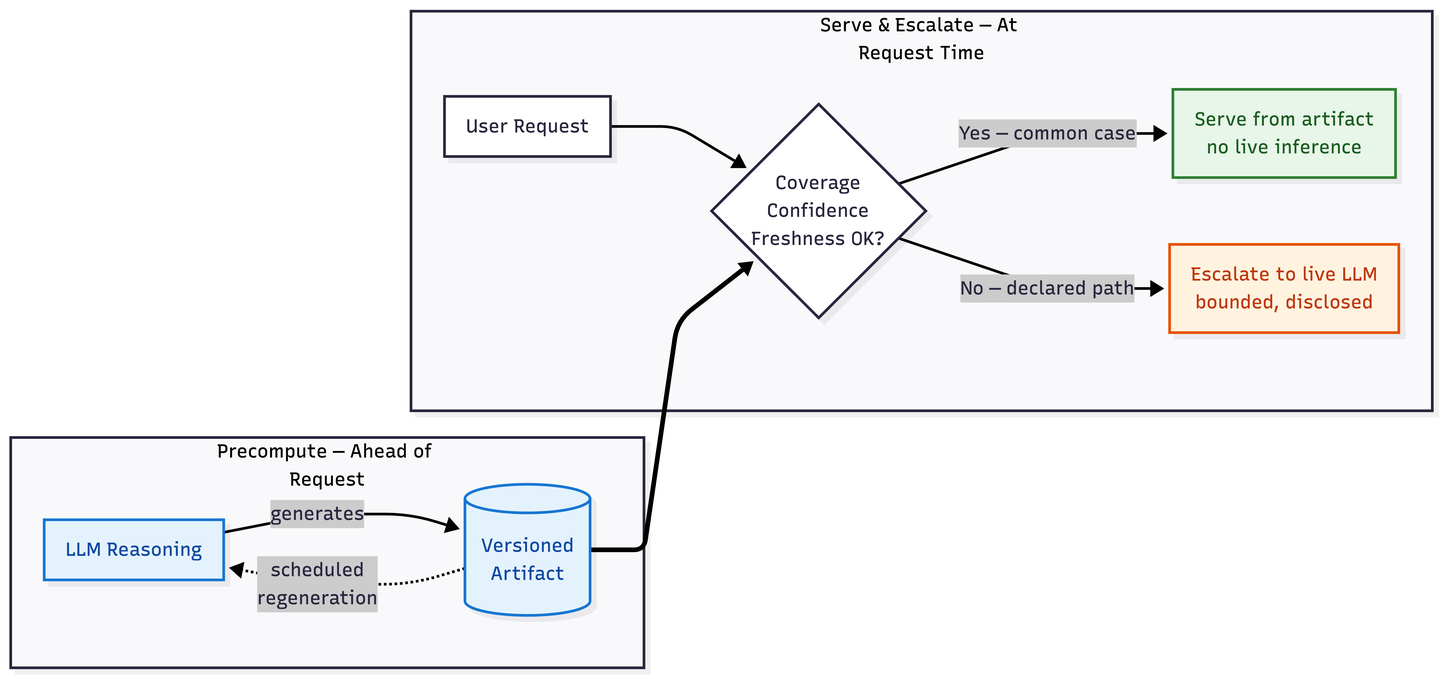
The Mermaid diagram diagram.png in PrecomputedAI/precomputed-ai, before a commit. Its source is kept beside it as diagram.mmd. Its diagram source:
```mermaid
flowchart LR
    subgraph PRE["Precompute — Ahead of Request"]
        direction TB
        L[LLM Reasoning]
        L -->|generates| A[(Versioned<br/>Artifact)]
        A -.->|scheduled<br/>regeneration| L
    end

    subgraph REQ["Serve & Escalate — At Request Time"]
        direction TB
        U[User Request] --> D{Coverage<br/>Confidence<br/>Freshness OK?}
        D -->|Yes — common case| S[Serve from artifact<br/>no live inference]
        D -->|No — declared path| E[Escalate to live LLM<br/>bounded, disclosed]
    end

    A ==> D

    classDef precompute fill:#e3f2fd,stroke:#1976d2,color:#0d47a1
    classDef serve fill:#e8f5e9,stroke:#2e7d32,color:#1b5e20
    classDef escalate fill:#fff3e0,stroke:#e65100,color:#bf360c

    class L,A precompute
    class S serve
    class E escalate
```
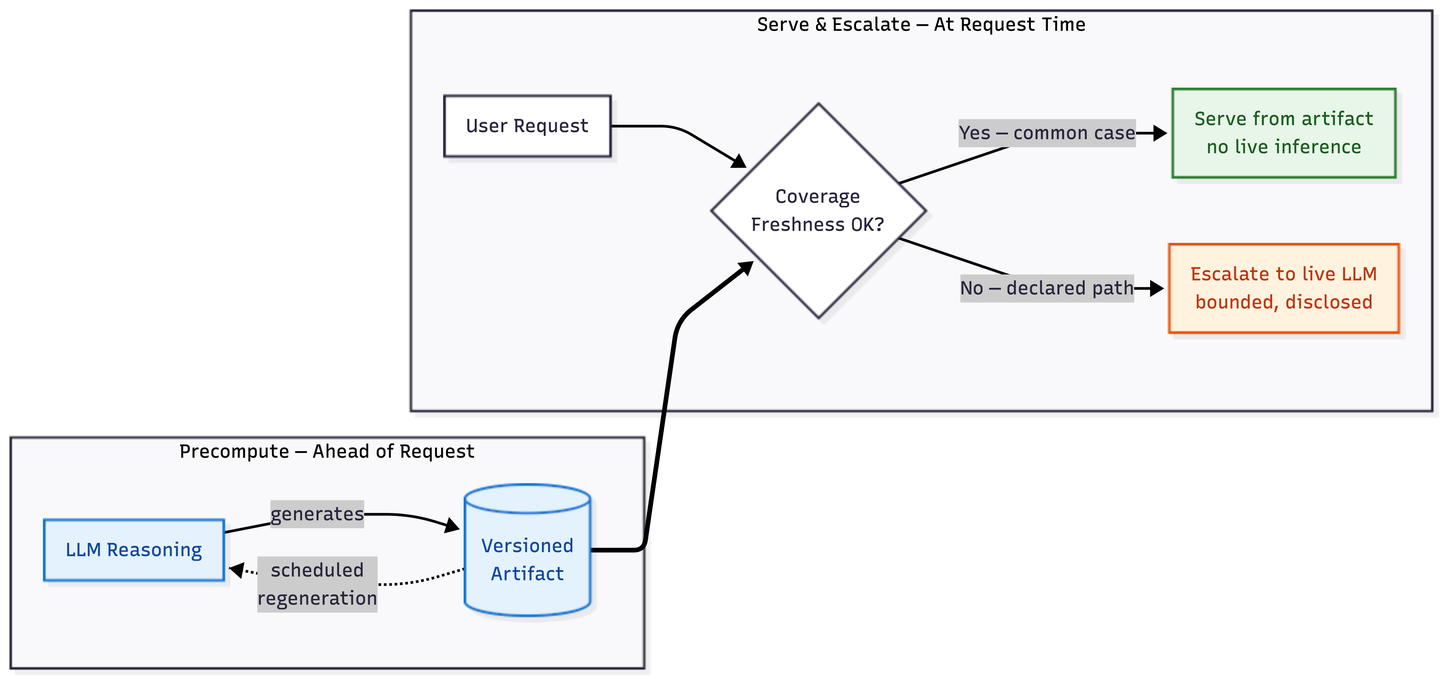
Later version of the same file.

The edit, as a diff of the source:
```diff
@@ -8,9 +8,9 @@
 
     subgraph REQ["Serve & Escalate — At Request Time"]
         direction TB
-        U[User Request] --> D{Coverage<br/>Confidence<br/>Freshness OK?}
+        U[User Request] --> D{Coverage<br/>Freshness OK?}
         D -->|Yes — common case| S[Serve from artifact<br/>no live inference]
-        D -->|No — declared path| E[Escalate to live LLM<br/>bounded, disclosed]
+        D -->|No — declared path| E[Escalate: live LLM,<br/>fallback, or abstention]
     end
 
     A ==> D
```
